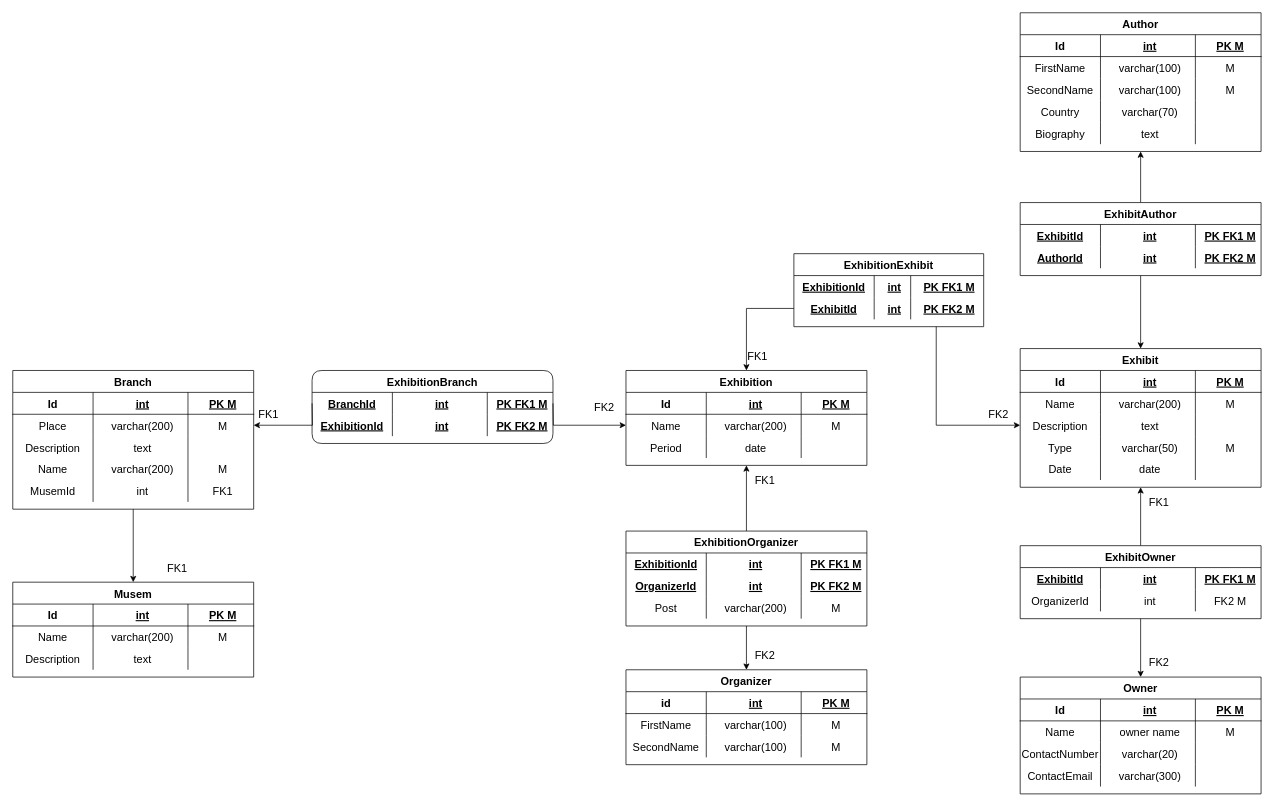
Earlier version of the draw.io diagram Musem PDM.drawio (sergalb/db-musem-project). Source tidied: cells renumbered, new cells numbered last; positions are measured from the earlier drawing's top-left corner, leaving out a move shared by most shapes. Both pictures are drawn from the tidied source at 73%, with x=0, y=0 at pixel (12, 12).
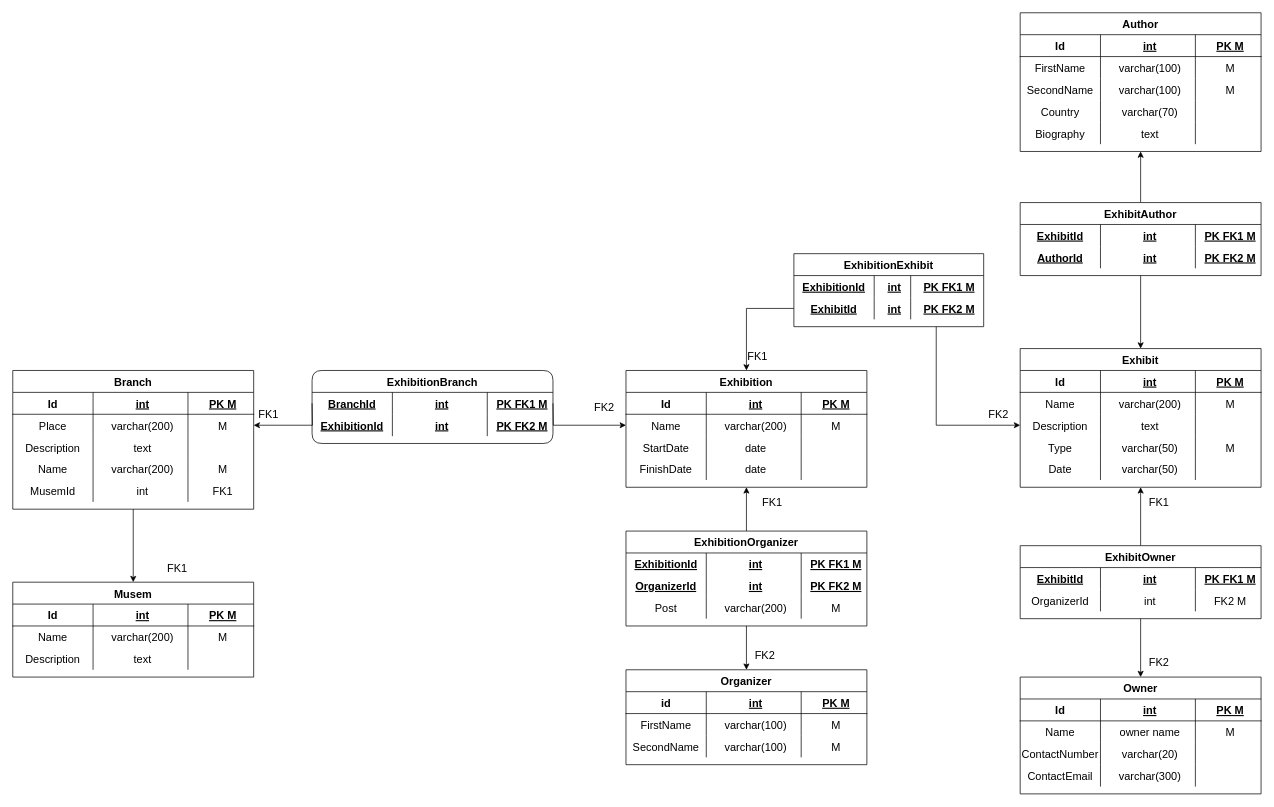
The same page after the edit.

Unchanged cells that the change refers to:
```xml
<mxCell id="56" style="shape=partialRectangle;fillColor=none;top=0;left=0;bottom=0;right=0;align=center;fontSize=15;" parent="39" vertex="1">
  <mxGeometry y="150" width="330" height="30" as="geometry" />
</mxCell>
<mxCell id="107" style="shape=partialRectangle;fillColor=none;top=0;left=0;bottom=0;right=0;align=center;fontSize=15;" parent="98" vertex="1">
  <mxGeometry y="90" width="330" height="30" as="geometry" />
</mxCell>
```

Diff of the diagram source:
```diff
@@
-    <mxCell id="58" value="date" style="shape=partialRectangle;fillColor=none;top=0;left=0;bottom=0;right=0;align=center;spacingLeft=6;overflow=hidden;fontSize=15;" parent="56" vertex="1">
+    <mxCell id="58" value="varchar(50)" style="shape=partialRectangle;fillColor=none;top=0;left=0;bottom=0;right=0;align=center;spacingLeft=6;overflow=hidden;fontSize=15;" parent="56" vertex="1">
       <mxGeometry x="110" width="130" height="30" as="geometry" />
     </mxCell>
@@
     <mxCell id="98" value="Exhibition" style="shape=table;startSize=30;childLayout=tableLayout;rowLines=0;fontStyle=1;align=center;fontSize=15;" parent="1" vertex="1">
-      <mxGeometry x="840" y="490" width="330" height="130" as="geometry" />
+      <mxGeometry x="840" y="490" width="330" height="160" as="geometry" />
     </mxCell>
@@
-    <mxCell id="108" value="Period" style="shape=partialRectangle;fillColor=none;top=0;left=0;bottom=0;right=0;overflow=hidden;align=center;fontSize=15;" parent="107" vertex="1">
+    <mxCell id="108" value="StartDate" style="shape=partialRectangle;fillColor=none;top=0;left=0;bottom=0;right=0;overflow=hidden;align=center;fontSize=15;" parent="107" vertex="1">
       <mxGeometry width="110" height="30" as="geometry" />
     </mxCell>
@@
+    <mxCell id="190" style="shape=partialRectangle;fillColor=none;top=0;left=0;bottom=0;right=0;align=center;fontSize=15;" parent="98" vertex="1">
+      <mxGeometry y="120" width="330" height="30" as="geometry" />
+    </mxCell>
+    <mxCell id="191" value="FinishDate" style="shape=partialRectangle;fillColor=none;top=0;left=0;bottom=0;right=0;overflow=hidden;align=center;fontSize=15;" parent="190" vertex="1">
+      <mxGeometry width="110" height="30" as="geometry" />
+    </mxCell>
+    <mxCell id="192" value="date" style="shape=partialRectangle;fillColor=none;top=0;left=0;bottom=0;right=0;align=center;spacingLeft=6;overflow=hidden;fontSize=15;" parent="190" vertex="1">
+      <mxGeometry x="110" width="130" height="30" as="geometry" />
+    </mxCell>
+    <mxCell id="193" style="shape=partialRectangle;fillColor=none;top=0;left=0;bottom=0;right=0;align=center;spacingLeft=6;overflow=hidden;fontSize=15;" parent="190" vertex="1">
+      <mxGeometry x="240" width="90" height="30" as="geometry" />
+    </mxCell>
@@
     <mxCell id="136" value="FK1" style="text;html=1;align=center;verticalAlign=middle;fontSize=15;" parent="1" vertex="1">
-      <mxGeometry x="1010" y="630" width="40" height="20" as="geometry" />
+      <mxGeometry x="1020" y="660" width="40" height="20" as="geometry" />
     </mxCell>
```
